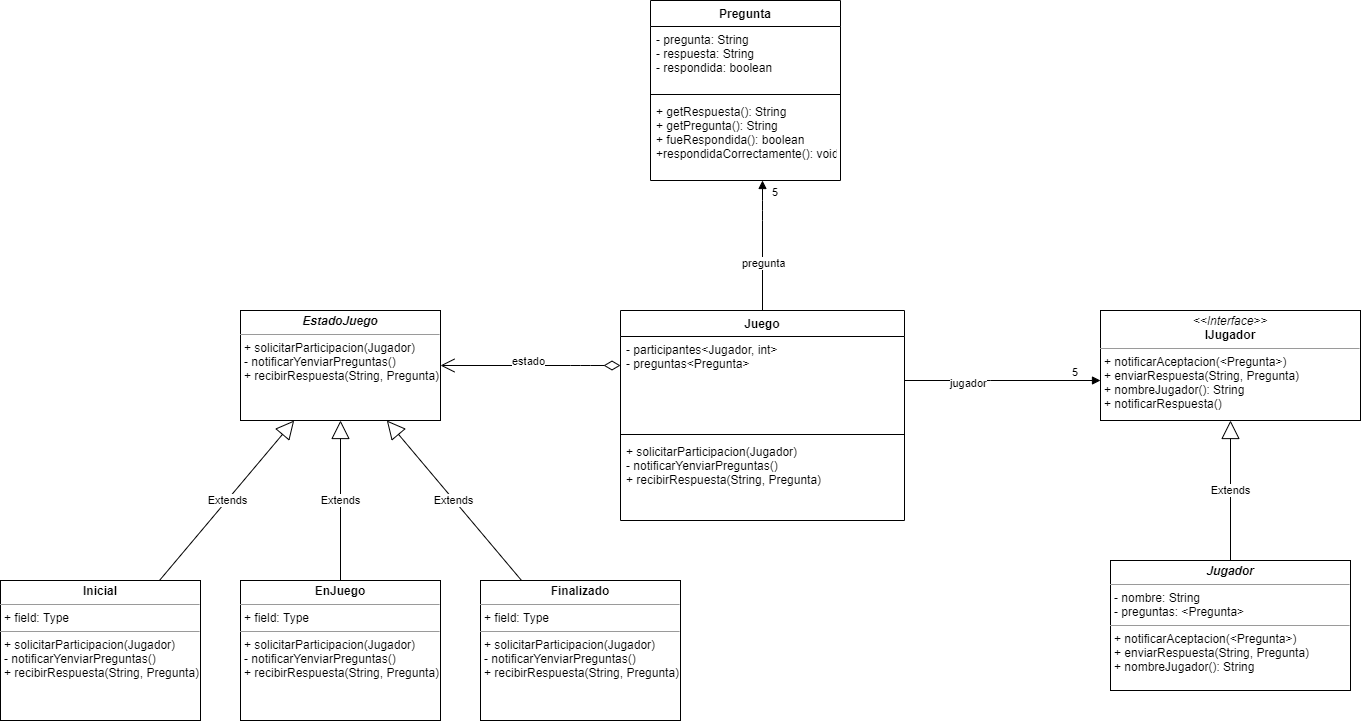
Earlier version of the draw.io export src/concursoDePreguntas.png (CundariNicolas/unqui-poo2-cundari). Source tidied: cells renumbered, new cells last; positions are measured from the earlier drawing's top-left corner, leaving out a move shared by most shapes.
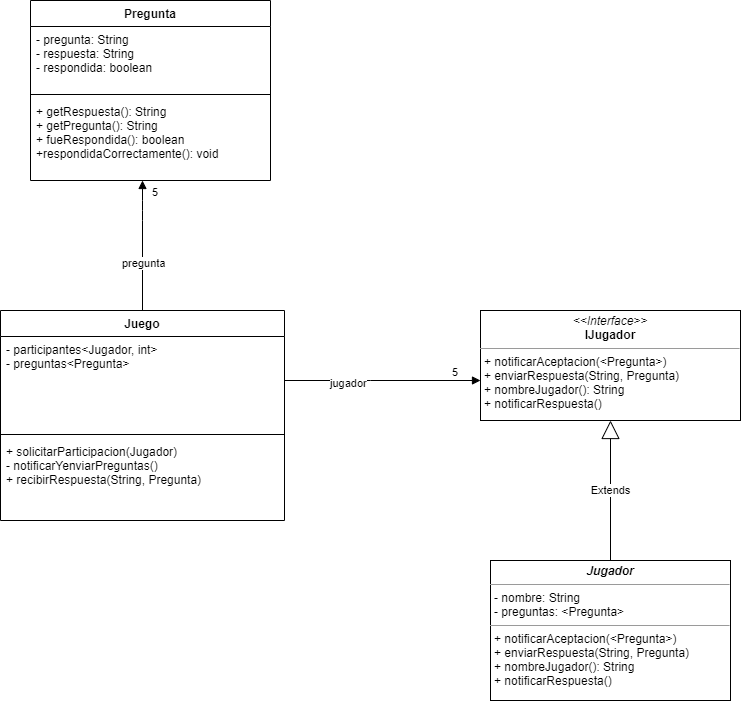
Later version of the same file.

Diff of the diagram source:
```diff
@@ -18,16 +18,16 @@
       <mxGeometry x="1100" y="310" width="260" height="110" as="geometry" />
     </mxCell>
     <mxCell id="7" value="Pregunta" style="swimlane;fontStyle=1;align=center;verticalAlign=top;horizontal=1;startSize=26;" parent="1" vertex="1">
-      <mxGeometry x="650" width="190" height="180" as="geometry" />
+      <mxGeometry x="650" width="240" height="180" as="geometry" />
     </mxCell>
     <mxCell id="8" value="- pregunta: String&#10;- respuesta: String&#10;- respondida: boolean" style="text;strokeColor=none;fillColor=none;align=left;verticalAlign=top;spacingLeft=4;spacingRight=4;overflow=hidden;" parent="7" vertex="1">
-      <mxGeometry y="26" width="190" height="64" as="geometry" />
+      <mxGeometry y="26" width="240" height="64" as="geometry" />
     </mxCell>
     <mxCell id="9" style="line;strokeWidth=1;fillColor=none;align=left;verticalAlign=middle;spacingTop=-1;spacingLeft=3;spacingRight=3;labelPosition=right;" parent="7" vertex="1">
-      <mxGeometry y="90" width="190" height="8" as="geometry" />
+      <mxGeometry y="90" width="240" height="8" as="geometry" />
     </mxCell>
     <mxCell id="10" value="+ getRespuesta(): String&#10;+ getPregunta(): String&#10;+ fueRespondida(): boolean&#10;+respondidaCorrectamente(): void&#10;" style="text;strokeColor=none;fillColor=none;align=left;verticalAlign=top;spacingLeft=4;spacingRight=4;overflow=hidden;" parent="7" vertex="1">
-      <mxGeometry y="98" width="190" height="82" as="geometry" />
+      <mxGeometry y="98" width="240" height="82" as="geometry" />
     </mxCell>
     <mxCell id="11" value="pregunta" style="endArrow=block;endFill=1;html=1;edgeStyle=orthogonalEdgeStyle;align=left;verticalAlign=top;" parent="1" edge="1" source="2" target="7">
       <mxGeometry x="-0.08" y="22" relative="1" as="geometry">
@@ -55,40 +55,11 @@
         <mxPoint x="166" as="offset" />
       </mxGeometry>
     </mxCell>
-    <mxCell id="15" value="&lt;p style=&quot;margin: 0px ; margin-top: 4px ; text-align: center&quot;&gt;&lt;b&gt;&lt;i&gt;Jugador&lt;/i&gt;&lt;/b&gt;&lt;/p&gt;&lt;hr size=&quot;1&quot;&gt;&lt;p style=&quot;margin: 0px ; margin-left: 4px&quot;&gt;- nombre: String&lt;/p&gt;&lt;p style=&quot;margin: 0px ; margin-left: 4px&quot;&gt;- preguntas: &amp;lt;Pregunta&amp;gt;&lt;/p&gt;&lt;hr size=&quot;1&quot;&gt;&lt;p style=&quot;margin: 0px 0px 0px 4px&quot;&gt;+ notificarAceptacion(&amp;lt;Pregunta&amp;gt;)&lt;/p&gt;&lt;p style=&quot;margin: 0px 0px 0px 4px&quot;&gt;+ enviarRespuesta(String, Pregunta)&lt;/p&gt;&lt;p style=&quot;margin: 0px 0px 0px 4px&quot;&gt;+ nombreJugador(): String&lt;/p&gt;" style="verticalAlign=top;align=left;overflow=fill;fontSize=12;fontFamily=Helvetica;html=1;" parent="1" vertex="1">
-      <mxGeometry x="1110" y="560" width="240" height="130" as="geometry" />
+    <mxCell id="15" value="&lt;p style=&quot;margin: 0px ; margin-top: 4px ; text-align: center&quot;&gt;&lt;b&gt;&lt;i&gt;Jugador&lt;/i&gt;&lt;/b&gt;&lt;/p&gt;&lt;hr size=&quot;1&quot;&gt;&lt;p style=&quot;margin: 0px ; margin-left: 4px&quot;&gt;- nombre: String&lt;/p&gt;&lt;p style=&quot;margin: 0px ; margin-left: 4px&quot;&gt;- preguntas: &amp;lt;Pregunta&amp;gt;&lt;/p&gt;&lt;hr size=&quot;1&quot;&gt;&lt;p style=&quot;margin: 0px 0px 0px 4px&quot;&gt;+ notificarAceptacion(&amp;lt;Pregunta&amp;gt;)&lt;/p&gt;&lt;p style=&quot;margin: 0px 0px 0px 4px&quot;&gt;+ enviarRespuesta(String, Pregunta)&lt;/p&gt;&lt;p style=&quot;margin: 0px 0px 0px 4px&quot;&gt;+ nombreJugador(): String&lt;/p&gt;&lt;p style=&quot;margin: 0px 0px 0px 4px&quot;&gt;+ notificarRespuesta()&lt;/p&gt;&lt;p style=&quot;margin: 0px 0px 0px 4px&quot;&gt;&lt;br&gt;&lt;/p&gt;" style="verticalAlign=top;align=left;overflow=fill;fontSize=12;fontFamily=Helvetica;html=1;" parent="1" vertex="1">
+      <mxGeometry x="1110" y="560" width="240" height="140" as="geometry" />
     </mxCell>
     <mxCell id="16" value="Extends" style="endArrow=block;endSize=16;endFill=0;html=1;" parent="1" edge="1" source="15" target="6">
       <mxGeometry relative="1" as="geometry" />
     </mxCell>
-    <mxCell id="17" value="&lt;p style=&quot;margin: 0px ; margin-top: 4px ; text-align: center&quot;&gt;&lt;b&gt;&lt;i&gt;EstadoJuego&lt;/i&gt;&lt;/b&gt;&lt;/p&gt;&lt;hr size=&quot;1&quot;&gt;&lt;p style=&quot;margin: 0px ; margin-left: 4px&quot;&gt;+ solicitarParticipacion(Jugador)&lt;br style=&quot;padding: 0px ; margin: 0px&quot;&gt;- notificarYenviarPreguntas()&lt;br style=&quot;padding: 0px ; margin: 0px&quot;&gt;+ recibirRespuesta(String, Pregunta)&lt;br&gt;&lt;/p&gt;" style="verticalAlign=top;align=left;overflow=fill;fontSize=12;fontFamily=Helvetica;html=1;" parent="1" vertex="1">
-      <mxGeometry x="240" y="310" width="200" height="110" as="geometry" />
-    </mxCell>
-    <mxCell id="18" value="&lt;p style=&quot;margin: 0px ; margin-top: 4px ; text-align: center&quot;&gt;&lt;b&gt;Inicial&lt;/b&gt;&lt;/p&gt;&lt;hr size=&quot;1&quot;&gt;&lt;p style=&quot;margin: 0px ; margin-left: 4px&quot;&gt;+ field: Type&lt;/p&gt;&lt;hr size=&quot;1&quot;&gt;&lt;p style=&quot;margin: 0px ; margin-left: 4px&quot;&gt;+ solicitarParticipacion(Jugador)&lt;br style=&quot;padding: 0px ; margin: 0px&quot;&gt;- notificarYenviarPreguntas()&lt;br style=&quot;padding: 0px ; margin: 0px&quot;&gt;+ recibirRespuesta(String, Pregunta)&lt;br&gt;&lt;/p&gt;" style="verticalAlign=top;align=left;overflow=fill;fontSize=12;fontFamily=Helvetica;html=1;" parent="1" vertex="1">
-      <mxGeometry y="580" width="200" height="140" as="geometry" />
-    </mxCell>
-    <mxCell id="19" value="&lt;p style=&quot;margin: 0px ; margin-top: 4px ; text-align: center&quot;&gt;&lt;b&gt;EnJuego&lt;/b&gt;&lt;/p&gt;&lt;hr size=&quot;1&quot;&gt;&lt;p style=&quot;margin: 0px ; margin-left: 4px&quot;&gt;+ field: Type&lt;/p&gt;&lt;hr size=&quot;1&quot;&gt;&lt;p style=&quot;margin: 0px ; margin-left: 4px&quot;&gt;+ solicitarParticipacion(Jugador)&lt;br style=&quot;padding: 0px ; margin: 0px&quot;&gt;- notificarYenviarPreguntas()&lt;br style=&quot;padding: 0px ; margin: 0px&quot;&gt;+ recibirRespuesta(String, Pregunta)&lt;br&gt;&lt;/p&gt;" style="verticalAlign=top;align=left;overflow=fill;fontSize=12;fontFamily=Helvetica;html=1;" parent="1" vertex="1">
-      <mxGeometry x="240" y="580" width="200" height="140" as="geometry" />
-    </mxCell>
-    <mxCell id="20" value="&lt;p style=&quot;margin: 0px ; margin-top: 4px ; text-align: center&quot;&gt;&lt;b&gt;Finalizado&lt;/b&gt;&lt;/p&gt;&lt;hr size=&quot;1&quot;&gt;&lt;p style=&quot;margin: 0px ; margin-left: 4px&quot;&gt;+ field: Type&lt;/p&gt;&lt;hr size=&quot;1&quot;&gt;&lt;p style=&quot;margin: 0px ; margin-left: 4px&quot;&gt;+ solicitarParticipacion(Jugador)&lt;br style=&quot;padding: 0px ; margin: 0px&quot;&gt;- notificarYenviarPreguntas()&lt;br style=&quot;padding: 0px ; margin: 0px&quot;&gt;+ recibirRespuesta(String, Pregunta)&lt;br&gt;&lt;/p&gt;" style="verticalAlign=top;align=left;overflow=fill;fontSize=12;fontFamily=Helvetica;html=1;" parent="1" vertex="1">
-      <mxGeometry x="480" y="580" width="200" height="140" as="geometry" />
-    </mxCell>
-    <mxCell id="21" value="Extends" style="endArrow=block;endSize=16;endFill=0;html=1;" parent="1" edge="1" source="19" target="17">
-      <mxGeometry relative="1" as="geometry" />
-    </mxCell>
-    <mxCell id="22" value="Extends" style="endArrow=block;endSize=16;endFill=0;html=1;" parent="1" edge="1" source="18" target="17">
-      <mxGeometry relative="1" as="geometry" />
-    </mxCell>
-    <mxCell id="23" value="Extends" style="endArrow=block;endSize=16;endFill=0;html=1;" parent="1" edge="1" source="20" target="17">
-      <mxGeometry relative="1" as="geometry" />
-    </mxCell>
-    <mxCell id="24" value="estado" style="endArrow=open;html=1;endSize=12;startArrow=diamondThin;startSize=14;startFill=0;edgeStyle=orthogonalEdgeStyle;align=left;verticalAlign=bottom;" parent="1" edge="1" source="2" target="17">
-      <mxGeometry x="0.22" y="5" relative="1" as="geometry">
-        <Array as="points">
-          <mxPoint x="580" y="365" />
-          <mxPoint x="580" y="365" />
-        </Array>
-      </mxGeometry>
-    </mxCell>
   </root>
 </mxGraphModel>
```
